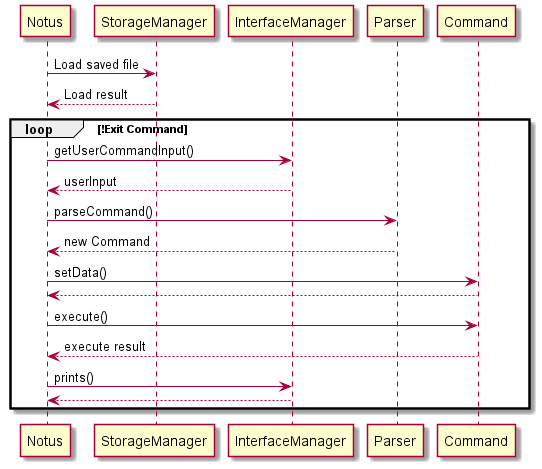
nus-cs2113-AY2021S1/tp keeps this PlantUML diagram as docs/diagrams/out/Notus.png. Above is the earlier version.
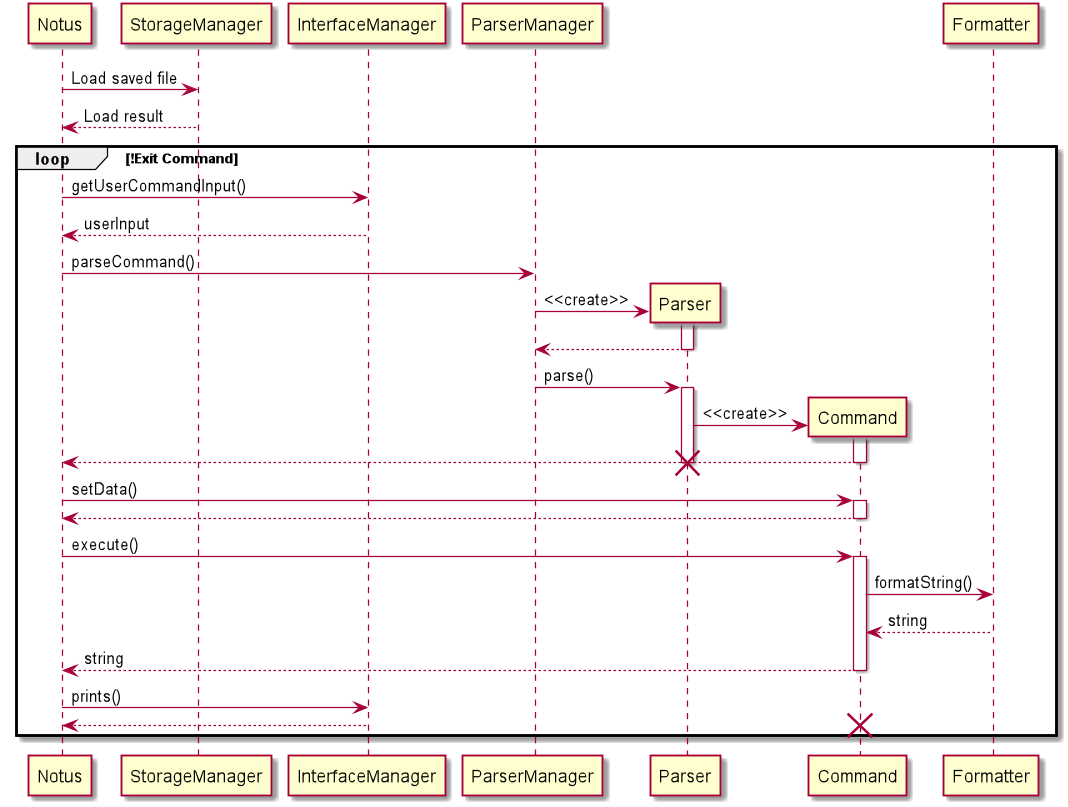
After the change.

Diff of the diagram source:
```diff
@@ -6,16 +6,47 @@
 Notus -> InterfaceManager: getUserCommandInput()
 Notus <-- InterfaceManager: userInput
 
-Notus -> Parser: parseCommand()
-Notus <-- Parser: new Command
+Notus -> ParserManager: parseCommand()
+create Parser
+ParserManager -> Parser: <<create>>
+
+activate Parser
+ParserManager <-- Parser
+deactivate Parser
+
+ParserManager -> Parser: parse()
+
+activate Parser
+
+create Command
+Parser -> Command: <<create>>
+
+activate Command
+Notus <-- Command:
+deactivate Command
+
+deactivate Parser
+destroy Parser
 
 Notus -> Command: setData()
+
+activate Command
 Notus <-- Command
+deactivate Command
+
 Notus -> Command: execute()
-Notus <-- Command: execute result
+
+activate Command
+Command -> Formatter: formatString()
+Command <-- Formatter: string
+Notus <-- Command: string
+
+deactivate Command
+
 Notus -> InterfaceManager: prints()
 Notus <-- InterfaceManager
 
+destroy Command
 end
 
 @enduml
```
